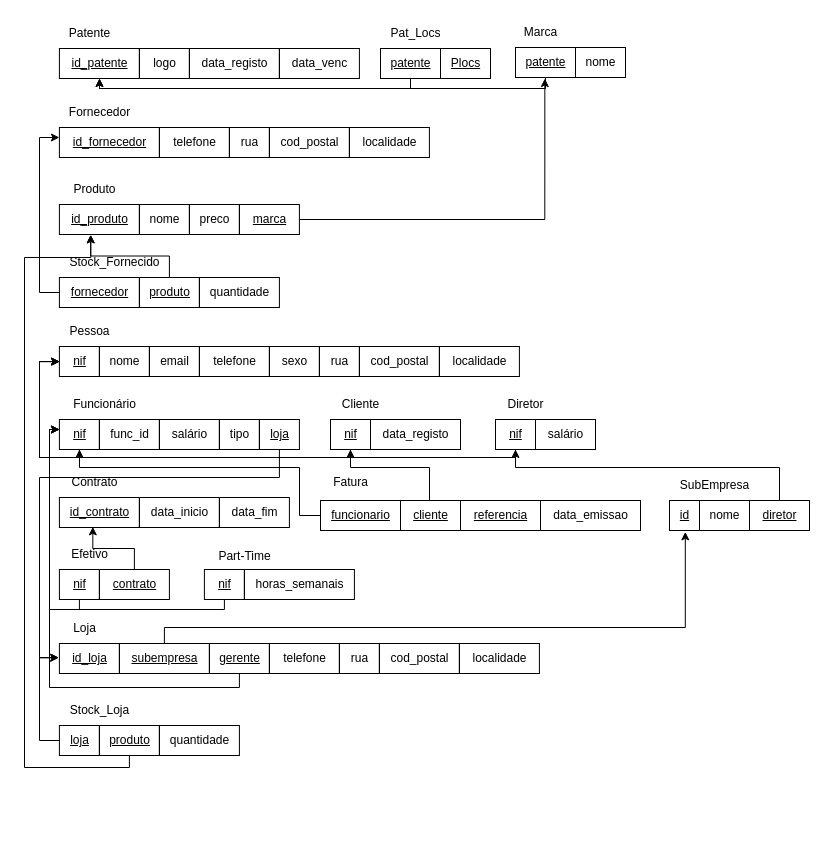
Above: Projeto/ER.drawio in Gui113893/DataBase-Project (draw.io), before the change. Source tidied: cells renumbered, new cells numbered last; positions are measured from the earlier drawing's top-left corner, leaving out a move shared by most shapes. Both pictures are drawn from the tidied source at 100%, with x=0, y=0 at pixel (24, 17).
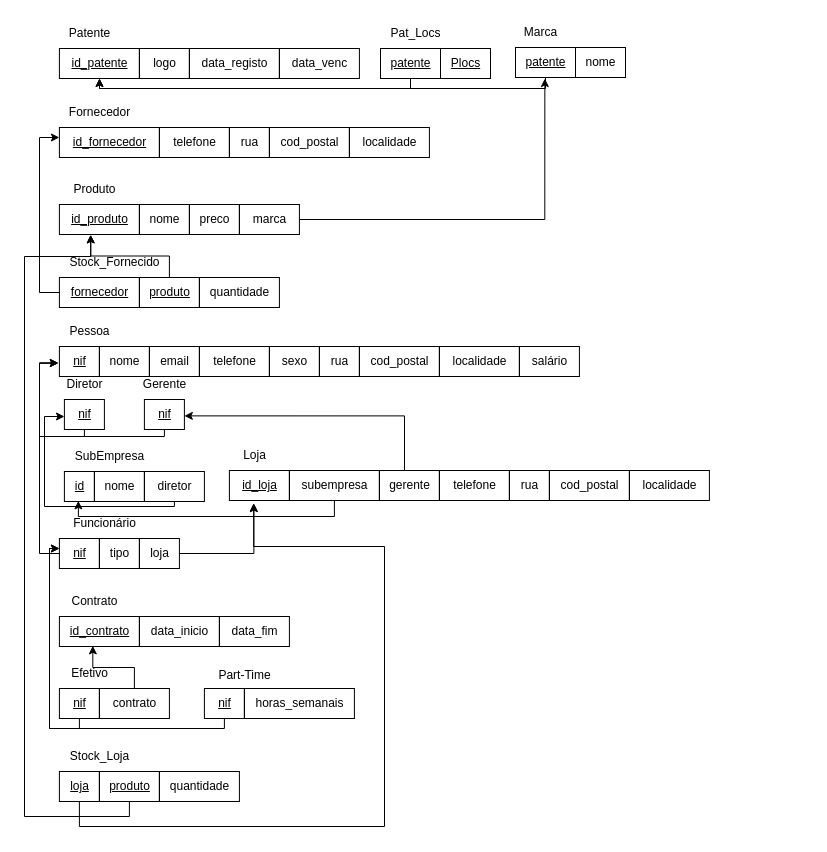
The same page after the edit.

Unchanged cells that the change refers to:
```xml
<mxCell id="22" value="&lt;u&gt;id_produto&lt;/u&gt;" style="text;html=1;align=center;verticalAlign=middle;points=[];strokeColor=default;fillColor=none;" parent="1" vertex="1">
  <mxGeometry x="34.9" y="187" width="80" height="30" as="geometry" />
</mxCell>
<mxCell id="34" value="&lt;u&gt;nif&lt;/u&gt;" style="text;html=1;align=center;verticalAlign=middle;points=[];strokeColor=default;fillColor=none;" parent="1" vertex="1">
  <mxGeometry x="34.9" y="329" width="40" height="30" as="geometry" />
</mxCell>
```

What changed in the source:
```diff
@@
-    <mxCell id="26" value="&lt;u&gt;marca&lt;/u&gt;" style="text;html=1;align=center;verticalAlign=middle;points=[];strokeColor=default;fillColor=none;" parent="1" vertex="1">
+    <mxCell id="26" value="marca" style="text;html=1;align=center;verticalAlign=middle;points=[];strokeColor=default;fillColor=none;" parent="1" vertex="1">
       <mxGeometry x="214.9" y="187" width="60" height="30" as="geometry" />
     </mxCell>
@@
     <mxCell id="42" value="Funcionário" style="text;html=1;align=center;verticalAlign=middle;strokeColor=none;fillColor=none;" parent="1" vertex="1">
-      <mxGeometry x="34.9" y="372" width="90" height="30" as="geometry" />
+      <mxGeometry x="34.9" y="491" width="90" height="30" as="geometry" />
     </mxCell>
-    <mxCell id="43" style="edgeStyle=orthogonalEdgeStyle;rounded=0;jettySize=auto;html=1;" parent="1" edge="1" source="44">
-      <mxGeometry relative="1" as="geometry">
-        <mxPoint x="35" y="344" as="targetPoint" />
-        <Array as="points">
-          <mxPoint x="55" y="440" />
-          <mxPoint x="15" y="440" />
-          <mxPoint x="15" y="344" />
-        </Array>
-      </mxGeometry>
-    </mxCell>
+    <mxCell id="99" style="edgeStyle=orthogonalEdgeStyle;rounded=0;jettySize=auto;html=1;entryX=-0.023;entryY=0.552;entryDx=0;entryDy=0;entryPerimeter=0;" parent="1" edge="1" source="44" target="34">
+      <mxGeometry relative="1" as="geometry">
+        <Array as="points">
+          <mxPoint x="15" y="536" />
+          <mxPoint x="15" y="346" />
+        </Array>
+      </mxGeometry>
+    </mxCell>
     <mxCell id="44" value="&lt;u&gt;nif&lt;/u&gt;" style="text;html=1;align=center;verticalAlign=middle;points=[];strokeColor=default;fillColor=none;" parent="1" vertex="1">
-      <mxGeometry x="34.9" y="402" width="40" height="30" as="geometry" />
+      <mxGeometry x="34.9" y="521" width="40" height="30" as="geometry" />
     </mxCell>
-    <mxCell id="45" value="func_id" style="text;html=1;align=center;verticalAlign=middle;strokeColor=default;fillColor=none;" parent="1" vertex="1">
-      <mxGeometry x="74.9" y="402" width="60" height="30" as="geometry" />
-    </mxCell>
-    <mxCell id="46" value="salário" style="text;html=1;align=center;verticalAlign=middle;strokeColor=default;fillColor=none;" parent="1" vertex="1">
-      <mxGeometry x="134.9" y="402" width="60" height="30" as="geometry" />
-    </mxCell>
     <mxCell id="47" value="tipo" style="text;html=1;align=center;verticalAlign=middle;strokeColor=default;fillColor=none;" parent="1" vertex="1">
-      <mxGeometry x="194.9" y="402" width="40" height="30" as="geometry" />
+      <mxGeometry x="74.9" y="521" width="40" height="30" as="geometry" />
     </mxCell>
-    <mxCell id="48" style="edgeStyle=orthogonalEdgeStyle;rounded=0;jettySize=auto;html=1;entryX=-0.009;entryY=0.469;entryDx=0;entryDy=0;entryPerimeter=0;" parent="1" edge="1" source="49" target="84">
-      <mxGeometry relative="1" as="geometry">
-        <Array as="points">
-          <mxPoint x="255" y="460" />
-          <mxPoint x="15" y="460" />
-          <mxPoint x="15" y="640" />
-        </Array>
-      </mxGeometry>
+    <mxCell id="48" style="edgeStyle=orthogonalEdgeStyle;rounded=0;jettySize=auto;html=1;entryX=0.408;entryY=1.104;entryDx=0;entryDy=0;entryPerimeter=0;" parent="1" edge="1" source="49" target="84">
+      <mxGeometry relative="1" as="geometry" />
     </mxCell>
-    <mxCell id="49" value="&lt;u&gt;loja&lt;/u&gt;" style="text;html=1;align=center;verticalAlign=middle;points=[];strokeColor=default;fillColor=none;" parent="1" vertex="1">
-      <mxGeometry x="234.9" y="402" width="40" height="30" as="geometry" />
+    <mxCell id="49" value="loja" style="text;html=1;align=center;verticalAlign=middle;points=[];strokeColor=default;fillColor=none;" parent="1" vertex="1">
+      <mxGeometry x="114.9" y="521" width="40" height="30" as="geometry" />
     </mxCell>
     <mxCell id="50" value="Diretor" style="text;html=1;align=center;verticalAlign=middle;strokeColor=none;fillColor=none;" parent="1" vertex="1">
-      <mxGeometry x="471" y="372" width="60" height="30" as="geometry" />
+      <mxGeometry x="29.9" y="352" width="60" height="30" as="geometry" />
     </mxCell>
-    <mxCell id="51" style="edgeStyle=orthogonalEdgeStyle;rounded=0;jettySize=auto;html=1;" parent="1" edge="1" source="52" target="34">
+    <mxCell id="51" style="edgeStyle=orthogonalEdgeStyle;rounded=0;jettySize=auto;html=1;entryX=-0.03;entryY=0.551;entryDx=0;entryDy=0;entryPerimeter=0;" parent="1" edge="1" source="52" target="34">
       <mxGeometry relative="1" as="geometry">
         <Array as="points">
-          <mxPoint x="491" y="440" />
-          <mxPoint x="15" y="440" />
-          <mxPoint x="15" y="344" />
+          <mxPoint x="60" y="419" />
+          <mxPoint x="15" y="419" />
+          <mxPoint x="15" y="346" />
         </Array>
       </mxGeometry>
     </mxCell>
     <mxCell id="52" value="&lt;u&gt;nif&lt;/u&gt;" style="text;html=1;align=center;verticalAlign=middle;points=[];strokeColor=default;fillColor=none;" parent="1" vertex="1">
-      <mxGeometry x="471" y="402" width="40" height="30" as="geometry" />
+      <mxGeometry x="39.9" y="382" width="40" height="30" as="geometry" />
     </mxCell>
-    <mxCell id="53" value="salário" style="text;html=1;align=center;verticalAlign=middle;strokeColor=default;fillColor=none;" parent="1" vertex="1">
-      <mxGeometry x="511" y="402" width="60" height="30" as="geometry" />
-    </mxCell>
-    <mxCell id="54" value="Cliente" style="text;html=1;align=center;verticalAlign=middle;strokeColor=none;fillColor=none;" parent="1" vertex="1">
-      <mxGeometry x="306" y="372" width="60" height="30" as="geometry" />
-    </mxCell>
-    <mxCell id="55" style="edgeStyle=orthogonalEdgeStyle;rounded=0;jettySize=auto;html=1;entryX=0.01;entryY=0.507;entryDx=0;entryDy=0;entryPerimeter=0;" parent="1" edge="1" source="56" target="34">
-      <mxGeometry relative="1" as="geometry">
-        <Array as="points">
-          <mxPoint x="326" y="440" />
-          <mxPoint x="15" y="440" />
-          <mxPoint x="15" y="344" />
-        </Array>
-      </mxGeometry>
-    </mxCell>
-    <mxCell id="56" value="&lt;u&gt;nif&lt;/u&gt;" style="text;html=1;align=center;verticalAlign=middle;points=[];strokeColor=default;fillColor=none;" parent="1" vertex="1">
-      <mxGeometry x="306" y="402" width="40" height="30" as="geometry" />
-    </mxCell>
-    <mxCell id="57" value="data_registo" style="text;html=1;align=center;verticalAlign=middle;strokeColor=default;fillColor=none;" parent="1" vertex="1">
-      <mxGeometry x="346" y="402" width="90" height="30" as="geometry" />
-    </mxCell>
     <mxCell id="58" value="Contrato" style="text;html=1;align=center;verticalAlign=middle;strokeColor=none;fillColor=none;" parent="1" vertex="1">
-      <mxGeometry x="34.9" y="450" width="70" height="30" as="geometry" />
+      <mxGeometry x="34.9" y="569" width="70" height="30" as="geometry" />
     </mxCell>
     <mxCell id="59" value="&lt;u&gt;id_contrato&lt;/u&gt;" style="text;html=1;align=center;verticalAlign=middle;points=[];strokeColor=default;fillColor=none;" parent="1" vertex="1">
-      <mxGeometry x="34.9" y="480" width="80" height="30" as="geometry" />
+      <mxGeometry x="34.9" y="599" width="80" height="30" as="geometry" />
     </mxCell>
     <mxCell id="60" value="data_inicio" style="text;html=1;align=center;verticalAlign=middle;strokeColor=default;fillColor=none;" parent="1" vertex="1">
-      <mxGeometry x="114.9" y="480" width="80" height="30" as="geometry" />
+      <mxGeometry x="114.9" y="599" width="80" height="30" as="geometry" />
     </mxCell>
     <mxCell id="61" value="data_fim" style="text;html=1;align=center;verticalAlign=middle;strokeColor=default;fillColor=none;" parent="1" vertex="1">
-      <mxGeometry x="194.9" y="480" width="70" height="30" as="geometry" />
+      <mxGeometry x="194.9" y="599" width="70" height="30" as="geometry" />
     </mxCell>
     <mxCell id="62" value="Efetivo" style="text;html=1;align=center;verticalAlign=middle;strokeColor=none;fillColor=none;" parent="1" vertex="1">
-      <mxGeometry x="34.9" y="522" width="60" height="30" as="geometry" />
+      <mxGeometry x="34.9" y="641" width="60" height="30" as="geometry" />
     </mxCell>
     <mxCell id="63" style="edgeStyle=orthogonalEdgeStyle;rounded=0;jettySize=auto;html=1;entryX=0.002;entryY=0.333;entryDx=0;entryDy=0;entryPerimeter=0;" parent="1" edge="1" source="64" target="44">
       <mxGeometry relative="1" as="geometry">
         <Array as="points">
-          <mxPoint x="55" y="592" />
-          <mxPoint x="25" y="592" />
-          <mxPoint x="25" y="412" />
+          <mxPoint x="55" y="711" />
+          <mxPoint x="25" y="711" />
+          <mxPoint x="25" y="531" />
         </Array>
       </mxGeometry>
     </mxCell>
     <mxCell id="64" value="&lt;u&gt;nif&lt;/u&gt;" style="text;html=1;align=center;verticalAlign=middle;points=[];strokeColor=default;fillColor=none;" parent="1" vertex="1">
-      <mxGeometry x="34.9" y="552" width="40" height="30" as="geometry" />
+      <mxGeometry x="34.9" y="671" width="40" height="30" as="geometry" />
     </mxCell>
@@
-    <mxCell id="66" value="&lt;u&gt;contrato&lt;/u&gt;" style="text;html=1;align=center;verticalAlign=middle;points=[];strokeColor=default;fillColor=none;" parent="1" vertex="1">
-      <mxGeometry x="74.9" y="552" width="70" height="30" as="geometry" />
+    <mxCell id="66" value="contrato" style="text;html=1;align=center;verticalAlign=middle;points=[];strokeColor=default;fillColor=none;" parent="1" vertex="1">
+      <mxGeometry x="74.9" y="671" width="70" height="30" as="geometry" />
     </mxCell>
     <mxCell id="67" value="Part-Time" style="text;html=1;align=center;verticalAlign=middle;strokeColor=none;fillColor=none;" parent="1" vertex="1">
-      <mxGeometry x="179.9" y="524" width="80" height="30" as="geometry" />
+      <mxGeometry x="179.9" y="643" width="80" height="30" as="geometry" />
     </mxCell>
     <mxCell id="68" style="edgeStyle=orthogonalEdgeStyle;rounded=0;jettySize=auto;html=1;entryX=-0.002;entryY=0.333;entryDx=0;entryDy=0;entryPerimeter=0;" parent="1" edge="1" source="69" target="44">
       <mxGeometry relative="1" as="geometry">
         <Array as="points">
-          <mxPoint x="200" y="592" />
-          <mxPoint x="25" y="592" />
-          <mxPoint x="25" y="412" />
+          <mxPoint x="200" y="711" />
+          <mxPoint x="25" y="711" />
+          <mxPoint x="25" y="531" />
         </Array>
       </mxGeometry>
     </mxCell>
     <mxCell id="69" value="&lt;u&gt;nif&lt;/u&gt;" style="text;html=1;align=center;verticalAlign=middle;points=[];strokeColor=default;fillColor=none;" parent="1" vertex="1">
-      <mxGeometry x="179.9" y="552" width="40" height="30" as="geometry" />
+      <mxGeometry x="179.9" y="671" width="40" height="30" as="geometry" />
     </mxCell>
     <mxCell id="70" value="horas_semanais" style="text;html=1;align=center;verticalAlign=middle;strokeColor=default;fillColor=none;" parent="1" vertex="1">
-      <mxGeometry x="219.9" y="552" width="110" height="30" as="geometry" />
+      <mxGeometry x="219.9" y="671" width="110" height="30" as="geometry" />
     </mxCell>
-    <mxCell id="71" value="Fatura" style="text;html=1;align=center;verticalAlign=middle;strokeColor=none;fillColor=none;" parent="1" vertex="1">
-      <mxGeometry x="296" y="450" width="60" height="30" as="geometry" />
-    </mxCell>
-    <mxCell id="72" style="edgeStyle=orthogonalEdgeStyle;rounded=0;jettySize=auto;html=1;" parent="1" edge="1" source="73" target="44">
-      <mxGeometry relative="1" as="geometry">
-        <Array as="points">
-          <mxPoint x="275" y="498" />
-          <mxPoint x="275" y="450" />
-          <mxPoint x="55" y="450" />
-        </Array>
-      </mxGeometry>
-    </mxCell>
-    <mxCell id="73" value="&lt;u&gt;funcionario&lt;/u&gt;" style="text;html=1;align=center;verticalAlign=middle;points=[];strokeColor=default;fillColor=none;" parent="1" vertex="1">
-      <mxGeometry x="296" y="483" width="80" height="30" as="geometry" />
-    </mxCell>
-    <mxCell id="74" value="&lt;u&gt;referencia&lt;/u&gt;" style="text;html=1;align=center;verticalAlign=middle;strokeColor=default;fillColor=none;" parent="1" vertex="1">
-      <mxGeometry x="436" y="483" width="80" height="30" as="geometry" />
-    </mxCell>
-    <mxCell id="75" style="edgeStyle=orthogonalEdgeStyle;rounded=0;jettySize=auto;html=1;" parent="1" edge="1" source="76" target="56">
-      <mxGeometry relative="1" as="geometry">
-        <Array as="points">
-          <mxPoint x="405" y="450" />
-          <mxPoint x="326" y="450" />
-        </Array>
-      </mxGeometry>
-    </mxCell>
-    <mxCell id="76" value="&lt;u&gt;cliente&lt;/u&gt;" style="text;html=1;align=center;verticalAlign=middle;points=[];strokeColor=default;fillColor=none;" parent="1" vertex="1">
-      <mxGeometry x="376" y="483" width="60" height="30" as="geometry" />
-    </mxCell>
-    <mxCell id="77" value="data_emissao" style="text;html=1;align=center;verticalAlign=middle;strokeColor=default;fillColor=none;" parent="1" vertex="1">
-      <mxGeometry x="516" y="483" width="100" height="30" as="geometry" />
-    </mxCell>
     <mxCell id="78" value="SubEmpresa" style="text;html=1;align=center;verticalAlign=middle;strokeColor=none;fillColor=none;" parent="1" vertex="1">
-      <mxGeometry x="645" y="453" width="90" height="30" as="geometry" />
+      <mxGeometry x="39.9" y="424" width="90" height="30" as="geometry" />
     </mxCell>
     <mxCell id="79" value="&lt;u&gt;id&lt;/u&gt;" style="text;html=1;align=center;verticalAlign=middle;points=[];strokeColor=default;fillColor=none;" parent="1" vertex="1">
-      <mxGeometry x="645" y="483" width="30" height="30" as="geometry" />
+      <mxGeometry x="39.9" y="454" width="30" height="30" as="geometry" />
     </mxCell>
     <mxCell id="80" value="nome" style="text;html=1;align=center;verticalAlign=middle;strokeColor=default;fillColor=none;" parent="1" vertex="1">
-      <mxGeometry x="675" y="483" width="50" height="30" as="geometry" />
+      <mxGeometry x="69.9" y="454" width="50" height="30" as="geometry" />
     </mxCell>
-    <mxCell id="81" style="edgeStyle=orthogonalEdgeStyle;rounded=0;jettySize=auto;html=1;" parent="1" edge="1" source="82" target="52">
+    <mxCell id="81" style="edgeStyle=orthogonalEdgeStyle;rounded=0;jettySize=auto;html=1;entryX=0.002;entryY=0.567;entryDx=0;entryDy=0;entryPerimeter=0;" parent="1" edge="1" source="82" target="52">
       <mxGeometry relative="1" as="geometry">
         <Array as="points">
-          <mxPoint x="755" y="450" />
-          <mxPoint x="491" y="450" />
+          <mxPoint x="150" y="489" />
+          <mxPoint x="20" y="489" />
+          <mxPoint x="20" y="399" />
         </Array>
       </mxGeometry>
     </mxCell>
-    <mxCell id="82" value="&lt;u&gt;diretor&lt;/u&gt;" style="text;html=1;align=center;verticalAlign=middle;points=[];strokeColor=default;fillColor=none;" parent="1" vertex="1">
-      <mxGeometry x="725" y="483" width="60" height="30" as="geometry" />
+    <mxCell id="82" value="diretor" style="text;html=1;align=center;verticalAlign=middle;points=[];strokeColor=default;fillColor=none;" parent="1" vertex="1">
+      <mxGeometry x="119.9" y="454" width="60" height="30" as="geometry" />
     </mxCell>
     <mxCell id="83" value="Loja" style="text;html=1;align=center;verticalAlign=middle;strokeColor=none;fillColor=none;" parent="1" vertex="1">
-      <mxGeometry x="34.9" y="596" width="50" height="30" as="geometry" />
+      <mxGeometry x="204.9" y="423" width="50" height="30" as="geometry" />
     </mxCell>
     <mxCell id="84" value="&lt;u&gt;id_loja&lt;/u&gt;" style="text;html=1;align=center;verticalAlign=middle;points=[];strokeColor=default;fillColor=none;" parent="1" vertex="1">
-      <mxGeometry x="34.9" y="626" width="60" height="30" as="geometry" />
+      <mxGeometry x="204.9" y="453" width="60" height="30" as="geometry" />
     </mxCell>
     <mxCell id="85" value="rua" style="text;html=1;align=center;verticalAlign=middle;strokeColor=default;fillColor=none;" parent="1" vertex="1">
-      <mxGeometry x="314.9" y="626" width="40" height="30" as="geometry" />
+      <mxGeometry x="484.9" y="453" width="40" height="30" as="geometry" />
     </mxCell>
     <mxCell id="86" value="cod_postal" style="text;html=1;align=center;verticalAlign=middle;strokeColor=default;fillColor=none;" parent="1" vertex="1">
-      <mxGeometry x="354.9" y="626" width="80" height="30" as="geometry" />
+      <mxGeometry x="524.9" y="453" width="80" height="30" as="geometry" />
     </mxCell>
     <mxCell id="87" value="localidade" style="text;html=1;align=center;verticalAlign=middle;strokeColor=default;fillColor=none;" parent="1" vertex="1">
-      <mxGeometry x="434.9" y="626" width="80" height="30" as="geometry" />
+      <mxGeometry x="604.9" y="453" width="80" height="30" as="geometry" />
     </mxCell>
     <mxCell id="88" value="telefone" style="text;html=1;align=center;verticalAlign=middle;strokeColor=default;fillColor=none;" parent="1" vertex="1">
-      <mxGeometry x="244.9" y="626" width="70" height="30" as="geometry" />
+      <mxGeometry x="414.9" y="453" width="70" height="30" as="geometry" />
     </mxCell>
-    <mxCell id="89" style="edgeStyle=orthogonalEdgeStyle;rounded=0;jettySize=auto;html=1;entryX=0.527;entryY=1.045;entryDx=0;entryDy=0;entryPerimeter=0;" parent="1" edge="1" source="90" target="79">
+    <mxCell id="89" style="edgeStyle=orthogonalEdgeStyle;rounded=0;jettySize=auto;html=1;entryX=0.465;entryY=0.979;entryDx=0;entryDy=0;entryPerimeter=0;" parent="1" edge="1" source="90" target="79">
       <mxGeometry relative="1" as="geometry">
         <Array as="points">
-          <mxPoint x="140" y="610" />
-          <mxPoint x="661" y="610" />
+          <mxPoint x="310" y="499" />
+          <mxPoint x="54" y="499" />
         </Array>
       </mxGeometry>
     </mxCell>
-    <mxCell id="90" value="&lt;u&gt;subempresa&lt;/u&gt;" style="text;html=1;align=center;verticalAlign=middle;points=[];strokeColor=default;fillColor=none;" parent="1" vertex="1">
-      <mxGeometry x="94.9" y="626" width="90" height="30" as="geometry" />
+    <mxCell id="90" value="subempresa" style="text;html=1;align=center;verticalAlign=middle;points=[];strokeColor=default;fillColor=none;" parent="1" vertex="1">
+      <mxGeometry x="264.9" y="453" width="90" height="30" as="geometry" />
     </mxCell>
-    <mxCell id="91" style="edgeStyle=orthogonalEdgeStyle;rounded=0;jettySize=auto;html=1;" parent="1" edge="1" source="92">
-      <mxGeometry relative="1" as="geometry">
-        <mxPoint x="35" y="412" as="targetPoint" />
-        <Array as="points">
-          <mxPoint x="215" y="670" />
-          <mxPoint x="25" y="670" />
-          <mxPoint x="25" y="412" />
-        </Array>
-      </mxGeometry>
-    </mxCell>
+    <mxCell id="100" style="edgeStyle=orthogonalEdgeStyle;rounded=0;jettySize=auto;html=1;entryX=0.999;entryY=0.546;entryDx=0;entryDy=0;entryPerimeter=0;" parent="1" edge="1" source="92" target="56">
+      <mxGeometry relative="1" as="geometry">
+        <Array as="points">
+          <mxPoint x="380" y="398" />
+        </Array>
+      </mxGeometry>
+    </mxCell>
-    <mxCell id="92" value="&lt;u&gt;gerente&lt;/u&gt;" style="text;html=1;align=center;verticalAlign=middle;points=[];strokeColor=default;fillColor=none;" parent="1" vertex="1">
-      <mxGeometry x="184.9" y="626" width="60" height="30" as="geometry" />
+    <mxCell id="92" value="gerente" style="text;html=1;align=center;verticalAlign=middle;points=[];strokeColor=default;fillColor=none;" parent="1" vertex="1">
+      <mxGeometry x="354.9" y="453" width="60" height="30" as="geometry" />
     </mxCell>
     <mxCell id="93" value="&lt;div&gt;Stock_Loja&lt;/div&gt;" style="text;html=1;align=center;verticalAlign=middle;strokeColor=none;fillColor=none;" parent="1" vertex="1">
-      <mxGeometry x="34.9" y="678" width="80" height="30" as="geometry" />
+      <mxGeometry x="34.9" y="724" width="80" height="30" as="geometry" />
     </mxCell>
-    <mxCell id="94" style="edgeStyle=orthogonalEdgeStyle;rounded=0;jettySize=auto;html=1;entryX=-0.013;entryY=0.478;entryDx=0;entryDy=0;entryPerimeter=0;" parent="1" edge="1" source="95" target="84">
+    <mxCell id="94" style="edgeStyle=orthogonalEdgeStyle;rounded=0;jettySize=auto;html=1;entryX=0.405;entryY=1.088;entryDx=0;entryDy=0;entryPerimeter=0;" parent="1" edge="1" source="95" target="84">
       <mxGeometry relative="1" as="geometry">
         <Array as="points">
-          <mxPoint x="15" y="723" />
-          <mxPoint x="15" y="640" />
+          <mxPoint x="55" y="809" />
+          <mxPoint x="360" y="809" />
+          <mxPoint x="360" y="529" />
+          <mxPoint x="229" y="529" />
         </Array>
       </mxGeometry>
     </mxCell>
     <mxCell id="95" value="&lt;u&gt;loja&lt;/u&gt;" style="text;html=1;align=center;verticalAlign=middle;points=[];strokeColor=default;fillColor=none;" parent="1" vertex="1">
-      <mxGeometry x="34.9" y="708" width="40" height="30" as="geometry" />
+      <mxGeometry x="34.9" y="754" width="40" height="30" as="geometry" />
     </mxCell>
     <mxCell id="96" style="edgeStyle=orthogonalEdgeStyle;rounded=0;jettySize=auto;html=1;entryX=0.392;entryY=1.016;entryDx=0;entryDy=0;entryPerimeter=0;" parent="1" edge="1" source="97" target="22">
       <mxGeometry relative="1" as="geometry">
         <Array as="points">
-          <mxPoint x="105" y="750" />
-          <mxPoint y="750" />
-          <mxPoint y="240" />
-          <mxPoint x="66" y="240" />
+          <mxPoint x="105" y="799" />
+          <mxPoint y="799" />
+          <mxPoint y="239" />
+          <mxPoint x="66" y="239" />
         </Array>
       </mxGeometry>
     </mxCell>
     <mxCell id="97" value="&lt;u&gt;produto&lt;/u&gt;" style="text;html=1;align=center;verticalAlign=middle;points=[];strokeColor=default;fillColor=none;" parent="1" vertex="1">
-      <mxGeometry x="74.9" y="708" width="60" height="30" as="geometry" />
+      <mxGeometry x="74.9" y="754" width="60" height="30" as="geometry" />
     </mxCell>
     <mxCell id="98" value="quantidade" style="text;html=1;align=center;verticalAlign=middle;strokeColor=default;fillColor=none;" parent="1" vertex="1">
-      <mxGeometry x="134.9" y="708" width="80" height="30" as="geometry" />
+      <mxGeometry x="134.9" y="754" width="80" height="30" as="geometry" />
     </mxCell>
+    <mxCell id="101" value="salário" style="text;html=1;align=center;verticalAlign=middle;strokeColor=default;fillColor=none;" parent="1" vertex="1">
+      <mxGeometry x="494.9" y="329" width="60" height="30" as="geometry" />
+    </mxCell>
+    <mxCell id="102" value="Gerente" style="text;html=1;align=center;verticalAlign=middle;strokeColor=none;fillColor=none;" parent="1" vertex="1">
+      <mxGeometry x="104.9" y="352" width="70" height="30" as="geometry" />
+    </mxCell>
+    <mxCell id="55" style="edgeStyle=orthogonalEdgeStyle;rounded=0;jettySize=auto;html=1;entryX=-0.024;entryY=0.553;entryDx=0;entryDy=0;entryPerimeter=0;" parent="1" edge="1" source="56" target="34">
+      <mxGeometry relative="1" as="geometry">
+        <Array as="points">
+          <mxPoint x="140" y="419" />
+          <mxPoint x="15" y="419" />
+          <mxPoint x="15" y="346" />
+        </Array>
+      </mxGeometry>
+    </mxCell>
+    <mxCell id="56" value="&lt;u&gt;nif&lt;/u&gt;" style="text;html=1;align=center;verticalAlign=middle;points=[];strokeColor=default;fillColor=none;" parent="1" vertex="1">
+      <mxGeometry x="119.9" y="382" width="40" height="30" as="geometry" />
+    </mxCell>
```
